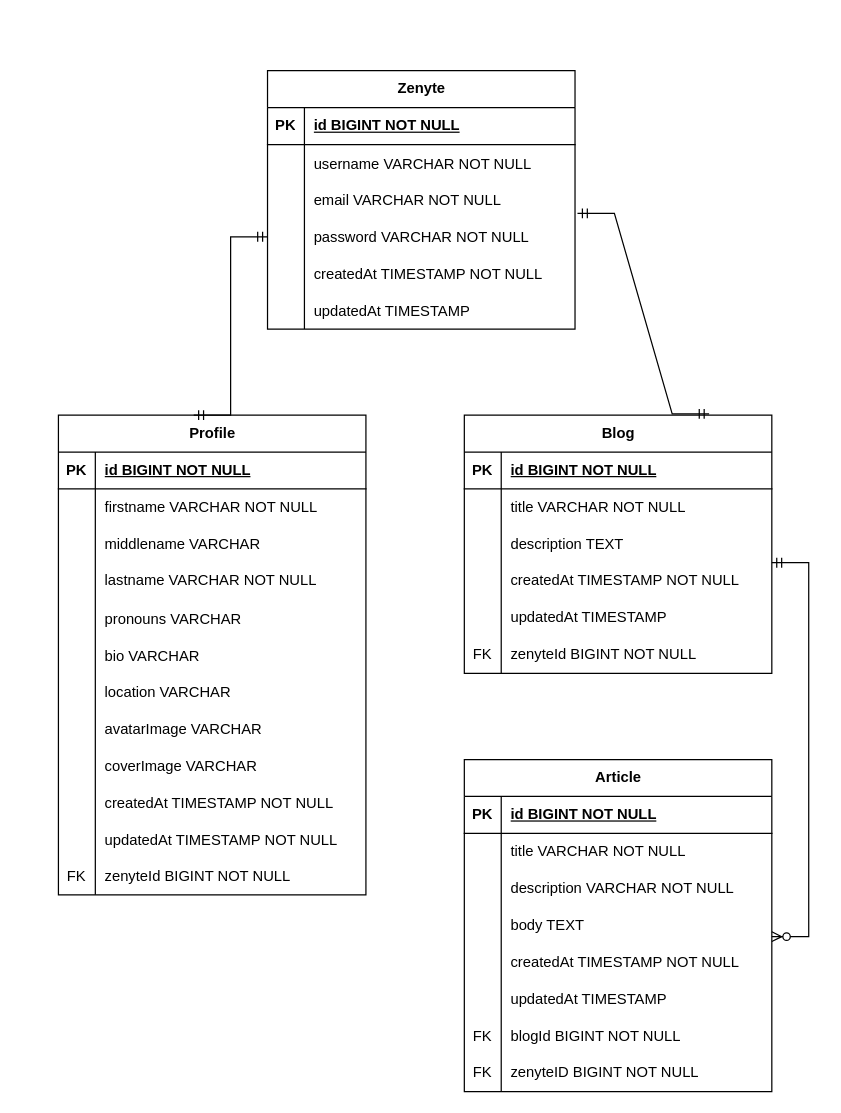
Above: doc/database.drawio in andrea-ragalzi/vegarden (draw.io), before the change. Source tidied: cells renumbered, new cells numbered last; positions are measured from the earlier drawing's top-left corner, leaving out a move shared by most shapes. Both pictures are drawn from the tidied source at 123%, with x=0, y=0 at pixel (58, 70).
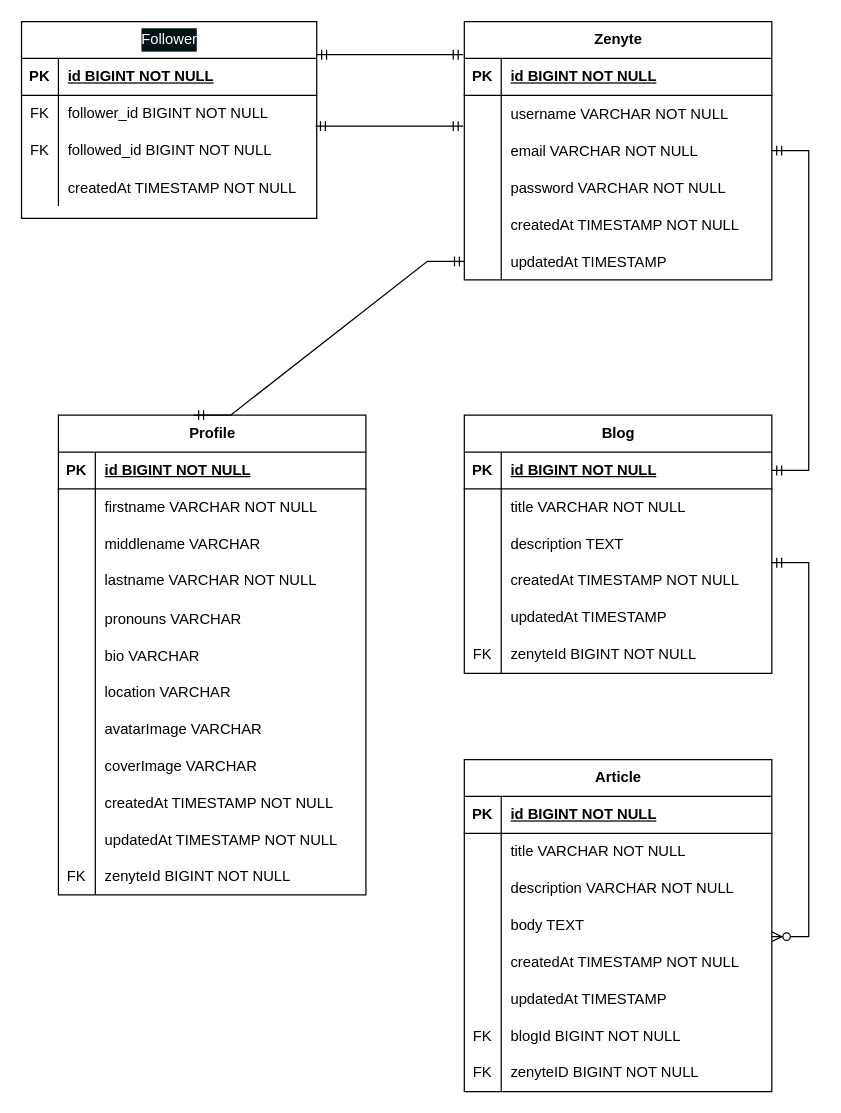
Above is the later version.

Unchanged cells that the change refers to:
```xml
<mxCell id="3" style="shape=tableRow;horizontal=0;startSize=0;swimlaneHead=0;swimlaneBody=0;fillColor=none;points=[[0,0.5],[1,0.5]];portConstraint=eastwest;top=0;left=0;right=0;bottom=1;" parent="2" vertex="1">
  <mxGeometry y="30" width="250" height="30" as="geometry" />
</mxCell>
<mxCell id="9" style="shape=tableRow;horizontal=0;startSize=0;swimlaneHead=0;swimlaneBody=0;fillColor=none;points=[[0,0.5],[1,0.5]];portConstraint=eastwest;top=0;left=0;right=0;bottom=0;" parent="2" vertex="1">
  <mxGeometry y="90" width="250" height="30" as="geometry" />
</mxCell>
<mxCell id="12" style="shape=tableRow;horizontal=0;startSize=0;swimlaneHead=0;swimlaneBody=0;fillColor=none;points=[[0,0.5],[1,0.5]];portConstraint=eastwest;top=0;left=0;right=0;bottom=0;" parent="2" vertex="1">
  <mxGeometry y="120" width="250" height="30" as="geometry" />
</mxCell>
<mxCell id="18" style="shape=tableRow;horizontal=0;startSize=0;swimlaneHead=0;swimlaneBody=0;fillColor=none;points=[[0,0.5],[1,0.5]];portConstraint=eastwest;top=0;left=0;right=0;bottom=0;" parent="2" vertex="1">
  <mxGeometry y="180" width="250" height="30" as="geometry" />
</mxCell>
<mxCell id="21" value="Profile" style="shape=table;startSize=30;childLayout=tableLayout;rowLines=0;fontStyle=1;align=center;html=1;" parent="1" vertex="1">
  <mxGeometry y="280" width="250" height="390" as="geometry" />
</mxCell>
<mxCell id="58" value="Blog" style="shape=table;startSize=30;childLayout=tableLayout;rowLines=0;fontStyle=1;align=center;html=1;" parent="1" vertex="1">
  <mxGeometry x="330" y="280" width="250" height="210" as="geometry" />
</mxCell>
<mxCell id="59" style="shape=tableRow;horizontal=0;startSize=0;swimlaneHead=0;swimlaneBody=0;fillColor=none;points=[[0,0.5],[1,0.5]];portConstraint=eastwest;top=0;left=0;right=0;bottom=1;" parent="58" vertex="1">
  <mxGeometry y="30" width="250" height="30" as="geometry" />
</mxCell>
```

Diff of the diagram source:
```diff
@@
     <mxCell id="2" value="&lt;div&gt;Zenyte&lt;/div&gt;" style="shape=table;startSize=30;childLayout=tableLayout;rowLines=0;fontStyle=1;align=center;html=1;" parent="1" vertex="1">
-      <mxGeometry x="170" width="250" height="210" as="geometry" />
+      <mxGeometry x="330" y="-40" width="250" height="210" as="geometry" />
     </mxCell>
@@
-    <mxCell id="77" style="edgeStyle=entityRelationEdgeStyle;fontSize=12;html=1;endArrow=ERmandOne;startArrow=ERmandOne;rounded=0;entryX=0;entryY=0.5;entryDx=0;entryDy=0;exitX=0.44;exitY=0;exitDx=0;exitDy=0;exitPerimeter=0;" parent="1" edge="1" source="21" target="12">
+    <mxCell id="77" style="edgeStyle=entityRelationEdgeStyle;fontSize=12;html=1;endArrow=ERmandOne;startArrow=ERmandOne;rounded=0;exitX=0.44;exitY=0;exitDx=0;exitDy=0;exitPerimeter=0;" parent="1" edge="1" source="21" target="18">
       <mxGeometry relative="1" as="geometry">
         <Array as="points">
           <mxPoint x="110" y="230" />
         </Array>
       </mxGeometry>
     </mxCell>
-    <mxCell id="78" style="edgeStyle=entityRelationEdgeStyle;fontSize=12;html=1;endArrow=ERmandOne;startArrow=ERmandOne;rounded=0;exitX=0.796;exitY=-0.005;exitDx=0;exitDy=0;entryX=1.008;entryY=-0.133;entryDx=0;entryDy=0;entryPerimeter=0;exitPerimeter=0;" parent="1" edge="1" source="58" target="12">
+    <mxCell id="78" style="edgeStyle=entityRelationEdgeStyle;fontSize=12;html=1;endArrow=ERmandOne;startArrow=ERmandOne;rounded=0;" parent="1" edge="1" source="59" target="9">
       <mxGeometry relative="1" as="geometry">
         <Array as="points">
           <mxPoint x="550" y="420" />
           <mxPoint x="470" y="230" />
           <mxPoint x="495" y="290" />
           <mxPoint x="510" y="280" />
           <mxPoint x="650" y="190" />
         </Array>
       </mxGeometry>
     </mxCell>
@@
+    <mxCell id="105" value="&lt;div style=&quot;background-color: rgb(3, 20, 23); font-weight: normal; line-height: 19px;&quot;&gt;&lt;font color=&quot;#ffffff&quot; style=&quot;font-size: 12px;&quot;&gt;Follower&lt;/font&gt;&lt;/div&gt;" style="shape=table;startSize=30;childLayout=tableLayout;rowLines=0;fontStyle=1;align=center;html=1;fillColor=default;" parent="1" vertex="1">
+      <mxGeometry x="-30" y="-40" width="240" height="160" as="geometry" />
+    </mxCell>
+    <mxCell id="106" style="shape=tableRow;horizontal=0;startSize=0;swimlaneHead=0;swimlaneBody=0;fillColor=none;top=0;left=0;right=0;bottom=1;" parent="105" vertex="1">
+      <mxGeometry y="30" width="240" height="30" as="geometry" />
+    </mxCell>
+    <mxCell id="107" value="PK" style="shape=partialRectangle;fillColor=none;top=0;left=0;bottom=0;right=0;fontStyle=1;overflow=hidden;whiteSpace=wrap;html=1;" parent="106" vertex="1">
+      <mxGeometry width="30" height="30" as="geometry" />
+    </mxCell>
+    <mxCell id="108" value="id BIGINT NOT NULL" style="shape=partialRectangle;fillColor=none;top=0;left=0;bottom=0;right=0;align=left;spacingLeft=6;fontStyle=5;overflow=hidden;whiteSpace=wrap;html=1;" parent="106" vertex="1">
+      <mxGeometry x="30" width="210" height="30" as="geometry" />
+    </mxCell>
+    <mxCell id="109" style="shape=tableRow;horizontal=0;startSize=0;swimlaneHead=0;swimlaneBody=0;fillColor=none;points=[[0,0.5],[1,0.5]];portConstraint=eastwest;top=0;left=0;right=0;bottom=0;" parent="105" vertex="1">
+      <mxGeometry y="60" width="240" height="30" as="geometry" />
+    </mxCell>
+    <mxCell id="110" value="FK" style="shape=partialRectangle;fillColor=none;top=0;left=0;bottom=0;right=0;fontStyle=0;overflow=hidden;whiteSpace=wrap;html=1;" parent="109" vertex="1">
+      <mxGeometry width="30" height="30" as="geometry" />
+    </mxCell>
+    <mxCell id="111" value="follower_id BIGINT NOT NULL" style="shape=partialRectangle;fillColor=none;top=0;left=0;bottom=0;right=0;align=left;spacingLeft=6;fontStyle=0;overflow=hidden;whiteSpace=wrap;html=1;" parent="109" vertex="1">
+      <mxGeometry x="30" width="210" height="30" as="geometry" />
+    </mxCell>
+    <mxCell id="112" style="shape=tableRow;horizontal=0;startSize=0;swimlaneHead=0;swimlaneBody=0;fillColor=none;top=0;left=0;right=0;bottom=0;" parent="105" vertex="1">
+      <mxGeometry y="90" width="240" height="30" as="geometry" />
+    </mxCell>
+    <mxCell id="113" value="FK" style="shape=partialRectangle;fillColor=none;top=0;left=0;bottom=0;right=0;fontStyle=0;overflow=hidden;whiteSpace=wrap;html=1;" parent="112" vertex="1">
+      <mxGeometry width="30" height="30" as="geometry" />
+    </mxCell>
+    <mxCell id="114" value="followed_id BIGINT NOT NULL" style="shape=partialRectangle;fillColor=none;top=0;left=0;bottom=0;right=0;align=left;spacingLeft=6;fontStyle=0;overflow=hidden;whiteSpace=wrap;html=1;" parent="112" vertex="1">
+      <mxGeometry x="30" width="210" height="30" as="geometry" />
+    </mxCell>
+    <mxCell id="115" style="shape=tableRow;horizontal=0;startSize=0;swimlaneHead=0;swimlaneBody=0;fillColor=none;top=0;left=0;right=0;bottom=0;" parent="105" vertex="1">
+      <mxGeometry y="120" width="240" height="30" as="geometry" />
+    </mxCell>
+    <mxCell id="116" style="shape=partialRectangle;fillColor=none;top=0;left=0;bottom=0;right=0;overflow=hidden;" parent="115" vertex="1">
+      <mxGeometry width="30" height="30" as="geometry" />
+    </mxCell>
+    <mxCell id="117" value="createdAt TIMESTAMP NOT NULL" style="shape=partialRectangle;fillColor=none;top=0;left=0;bottom=0;right=0;align=left;spacingLeft=6;overflow=hidden;" parent="115" vertex="1">
+      <mxGeometry x="30" width="210" height="30" as="geometry" />
+    </mxCell>
+    <mxCell id="118" style="edgeStyle=entityRelationEdgeStyle;fontSize=12;html=1;endArrow=ERmandOne;startArrow=ERmandOne;rounded=0;entryX=-0.004;entryY=-0.1;entryDx=0;entryDy=0;entryPerimeter=0;" parent="1" edge="1" target="3">
+      <mxGeometry relative="1" as="geometry">
+        <mxPoint x="210" y="-13" as="sourcePoint" />
+      </mxGeometry>
+    </mxCell>
+    <mxCell id="119" style="edgeStyle=entityRelationEdgeStyle;fontSize=12;html=1;endArrow=ERmandOne;startArrow=ERmandOne;rounded=0;entryX=-0.004;entryY=-0.167;entryDx=0;entryDy=0;entryPerimeter=0;exitX=0.996;exitY=0.833;exitDx=0;exitDy=0;exitPerimeter=0;" parent="1" edge="1" source="109" target="9">
+      <mxGeometry relative="1" as="geometry" />
+    </mxCell>
```
